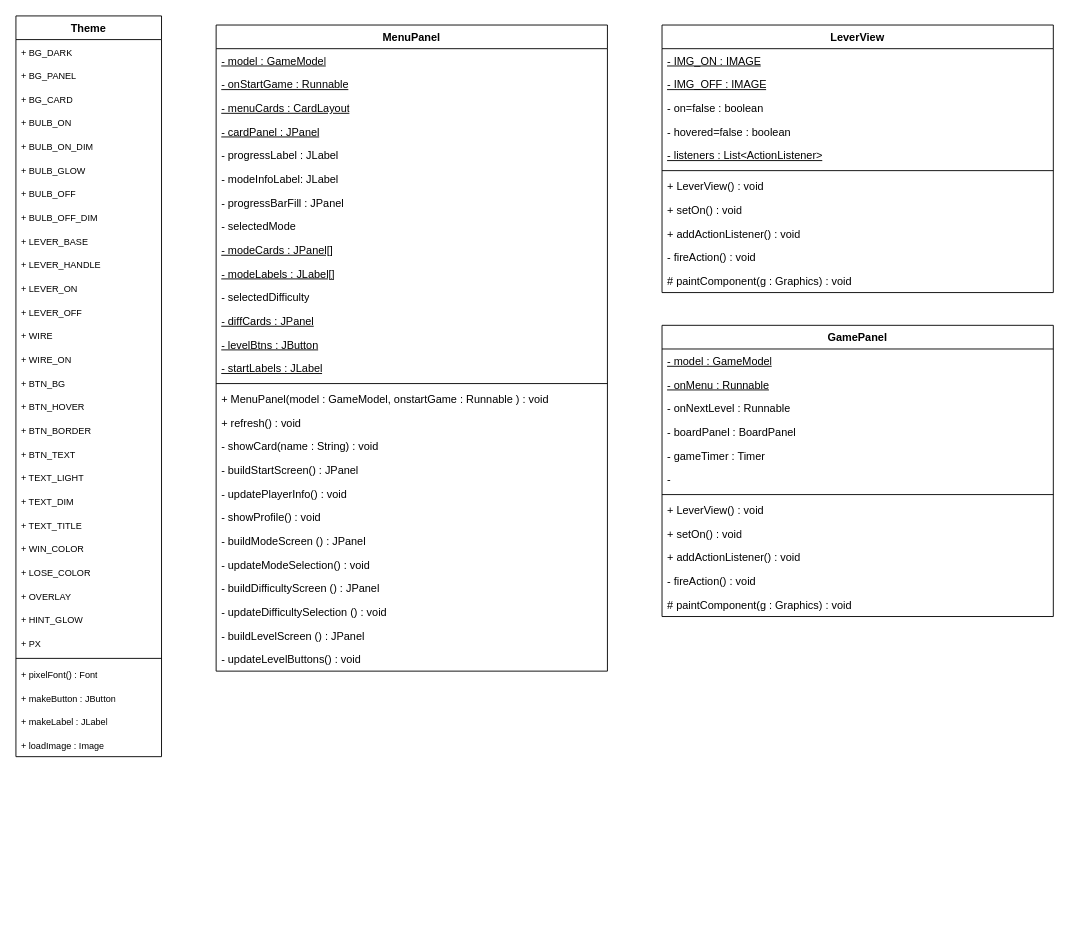
Earlier version of the draw.io diagram UML_DATASHEET.drawio (AZDEV2006/LightOut-Gui-Oop-Final-Project). Source tidied: cells renumbered, new cells numbered last; positions are measured from the earlier drawing's top-left corner, leaving out a move shared by most shapes. Both pictures are drawn from the tidied source at 91%, with x=0, y=0 at pixel (15, 15).
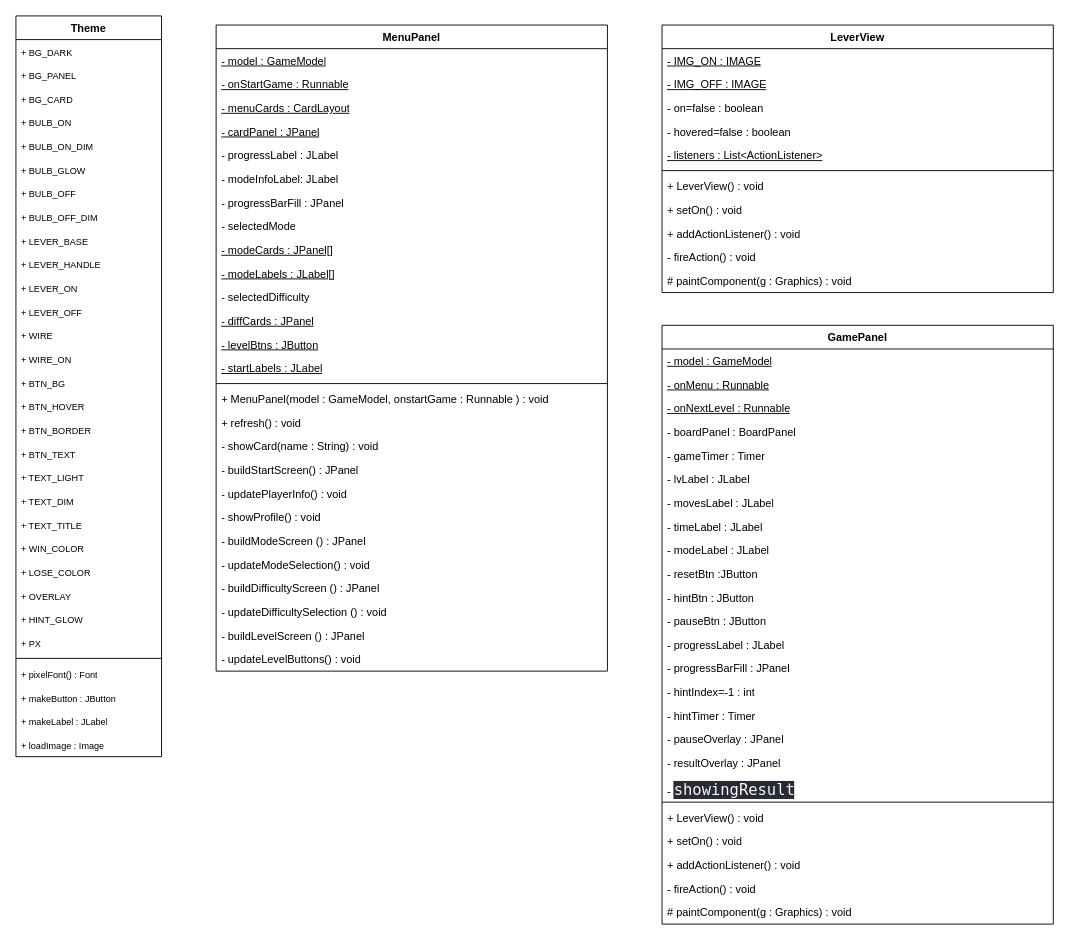
The same diagram, later.

The edit, as a diff of the source:
```diff
@@
     <mxCell id="74" value="GamePanel" style="swimlane;fontStyle=1;align=center;verticalAlign=top;horizontal=1;startSize=26;whiteSpace=wrap;html=1;" parent="1" vertex="1">
-      <mxGeometry x="710" y="340" width="430" height="320" as="geometry" />
+      <mxGeometry x="710" y="340" width="430" height="658" as="geometry" />
     </mxCell>
@@
-    <mxCell id="77" value="- onNextLevel : Runnable" style="text;strokeColor=none;fillColor=none;align=left;verticalAlign=top;spacingLeft=4;spacingRight=4;overflow=hidden;whiteSpace=wrap;html=1;" parent="74" vertex="1">
+    <mxCell id="77" value="&lt;u&gt;- onNextLevel : Runnable&lt;/u&gt;" style="text;strokeColor=none;fillColor=none;align=left;verticalAlign=top;spacingLeft=4;spacingRight=4;overflow=hidden;whiteSpace=wrap;html=1;" parent="74" vertex="1">
       <mxGeometry y="78" width="430" height="26" as="geometry" />
     </mxCell>
@@
-    <mxCell id="80" value="-&amp;nbsp;" style="text;strokeColor=none;fillColor=none;align=left;verticalAlign=top;spacingLeft=4;spacingRight=4;overflow=hidden;whiteSpace=wrap;html=1;" parent="74" vertex="1">
+    <mxCell id="80" value="- lvLabel : JLabel" style="text;strokeColor=none;fillColor=none;align=left;verticalAlign=top;spacingLeft=4;spacingRight=4;overflow=hidden;whiteSpace=wrap;html=1;" parent="74" vertex="1">
       <mxGeometry y="156" width="430" height="26" as="geometry" />
     </mxCell>
+    <mxCell id="87" value="- movesLabel : JLabel" style="text;strokeColor=none;fillColor=none;align=left;verticalAlign=top;spacingLeft=4;spacingRight=4;overflow=hidden;whiteSpace=wrap;html=1;" parent="74" vertex="1">
+      <mxGeometry y="182" width="430" height="26" as="geometry" />
+    </mxCell>
+    <mxCell id="88" value="- timeLabel : JLabel" style="text;strokeColor=none;fillColor=none;align=left;verticalAlign=top;spacingLeft=4;spacingRight=4;overflow=hidden;whiteSpace=wrap;html=1;" parent="74" vertex="1">
+      <mxGeometry y="208" width="430" height="26" as="geometry" />
+    </mxCell>
+    <mxCell id="89" value="- modeLabel : JLabel" style="text;strokeColor=none;fillColor=none;align=left;verticalAlign=top;spacingLeft=4;spacingRight=4;overflow=hidden;whiteSpace=wrap;html=1;" parent="74" vertex="1">
+      <mxGeometry y="234" width="430" height="26" as="geometry" />
+    </mxCell>
+    <mxCell id="90" value="- resetBtn :JButton" style="text;strokeColor=none;fillColor=none;align=left;verticalAlign=top;spacingLeft=4;spacingRight=4;overflow=hidden;whiteSpace=wrap;html=1;" parent="74" vertex="1">
+      <mxGeometry y="260" width="430" height="26" as="geometry" />
+    </mxCell>
+    <mxCell id="91" value="- hintBtn : JButton" style="text;strokeColor=none;fillColor=none;align=left;verticalAlign=top;spacingLeft=4;spacingRight=4;overflow=hidden;whiteSpace=wrap;html=1;" parent="74" vertex="1">
+      <mxGeometry y="286" width="430" height="26" as="geometry" />
+    </mxCell>
+    <mxCell id="92" value="- pauseBtn : JButton" style="text;strokeColor=none;fillColor=none;align=left;verticalAlign=top;spacingLeft=4;spacingRight=4;overflow=hidden;whiteSpace=wrap;html=1;" parent="74" vertex="1">
+      <mxGeometry y="312" width="430" height="26" as="geometry" />
+    </mxCell>
+    <mxCell id="93" value="- progressLabel : JLabel" style="text;strokeColor=none;fillColor=none;align=left;verticalAlign=top;spacingLeft=4;spacingRight=4;overflow=hidden;whiteSpace=wrap;html=1;" parent="74" vertex="1">
+      <mxGeometry y="338" width="430" height="26" as="geometry" />
+    </mxCell>
+    <mxCell id="94" value="- progressBarFill : JPanel" style="text;strokeColor=none;fillColor=none;align=left;verticalAlign=top;spacingLeft=4;spacingRight=4;overflow=hidden;whiteSpace=wrap;html=1;" parent="74" vertex="1">
+      <mxGeometry y="364" width="430" height="26" as="geometry" />
+    </mxCell>
+    <mxCell id="95" value="- hintIndex=-1 : int" style="text;strokeColor=none;fillColor=none;align=left;verticalAlign=top;spacingLeft=4;spacingRight=4;overflow=hidden;whiteSpace=wrap;html=1;" parent="74" vertex="1">
+      <mxGeometry y="390" width="430" height="26" as="geometry" />
+    </mxCell>
+    <mxCell id="96" value="- hintTimer : Timer" style="text;strokeColor=none;fillColor=none;align=left;verticalAlign=top;spacingLeft=4;spacingRight=4;overflow=hidden;whiteSpace=wrap;html=1;" parent="74" vertex="1">
+      <mxGeometry y="416" width="430" height="26" as="geometry" />
+    </mxCell>
+    <mxCell id="97" value="- pauseOverlay : JPanel" style="text;strokeColor=none;fillColor=none;align=left;verticalAlign=top;spacingLeft=4;spacingRight=4;overflow=hidden;whiteSpace=wrap;html=1;" parent="74" vertex="1">
+      <mxGeometry y="442" width="430" height="26" as="geometry" />
+    </mxCell>
+    <mxCell id="98" value="- resultOverlay : JPanel" style="text;strokeColor=none;fillColor=none;align=left;verticalAlign=top;spacingLeft=4;spacingRight=4;overflow=hidden;whiteSpace=wrap;html=1;" parent="74" vertex="1">
+      <mxGeometry y="468" width="430" height="26" as="geometry" />
+    </mxCell>
+    <mxCell id="99" value="-&amp;nbsp;&lt;span style=&quot;color: rgb(248, 248, 242); font-family: Menlo, Monaco, &amp;quot;Courier New&amp;quot;, monospace; font-size: 17px; white-space: pre; background-color: rgb(40, 42, 54);&quot;&gt;showingResult&lt;/span&gt;" style="text;strokeColor=none;fillColor=none;align=left;verticalAlign=top;spacingLeft=4;spacingRight=4;overflow=hidden;whiteSpace=wrap;html=1;" parent="74" vertex="1">
+      <mxGeometry y="494" width="430" height="26" as="geometry" />
+    </mxCell>
     <mxCell id="81" style="line;strokeWidth=1;fillColor=none;align=left;verticalAlign=middle;spacingTop=-1;spacingLeft=3;spacingRight=3;labelPosition=right;strokeColor=inherit;" parent="74" vertex="1">
-      <mxGeometry y="182" width="430" height="8" as="geometry" />
+      <mxGeometry y="520" width="430" height="8" as="geometry" />
     </mxCell>
     <mxCell id="82" value="+ LeverView() : void" style="text;strokeColor=none;fillColor=none;align=left;verticalAlign=top;spacingLeft=4;spacingRight=4;overflow=hidden;whiteSpace=wrap;html=1;" parent="74" vertex="1">
-      <mxGeometry y="190" width="430" height="26" as="geometry" />
+      <mxGeometry y="528" width="430" height="26" as="geometry" />
     </mxCell>
     <mxCell id="83" value="+ setOn() : void" style="text;strokeColor=none;fillColor=none;align=left;verticalAlign=top;spacingLeft=4;spacingRight=4;overflow=hidden;whiteSpace=wrap;html=1;" parent="74" vertex="1">
-      <mxGeometry y="216" width="430" height="26" as="geometry" />
+      <mxGeometry y="554" width="430" height="26" as="geometry" />
     </mxCell>
     <mxCell id="84" value="+ addActionListener() : void" style="text;strokeColor=none;fillColor=none;align=left;verticalAlign=top;spacingLeft=4;spacingRight=4;overflow=hidden;whiteSpace=wrap;html=1;" parent="74" vertex="1">
-      <mxGeometry y="242" width="430" height="26" as="geometry" />
+      <mxGeometry y="580" width="430" height="26" as="geometry" />
     </mxCell>
     <mxCell id="85" value="- fireAction() : void" style="text;strokeColor=none;fillColor=none;align=left;verticalAlign=top;spacingLeft=4;spacingRight=4;overflow=hidden;whiteSpace=wrap;html=1;" parent="74" vertex="1">
-      <mxGeometry y="268" width="430" height="26" as="geometry" />
+      <mxGeometry y="606" width="430" height="26" as="geometry" />
     </mxCell>
     <mxCell id="86" value="# paintComponent(g : Graphics) : void" style="text;strokeColor=none;fillColor=none;align=left;verticalAlign=top;spacingLeft=4;spacingRight=4;overflow=hidden;whiteSpace=wrap;html=1;" parent="74" vertex="1">
-      <mxGeometry y="294" width="430" height="26" as="geometry" />
+      <mxGeometry y="632" width="430" height="26" as="geometry" />
     </mxCell>
```
